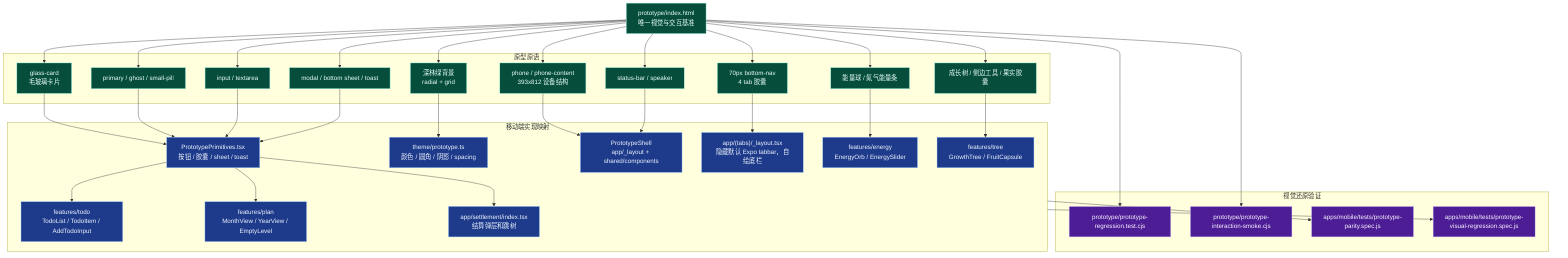
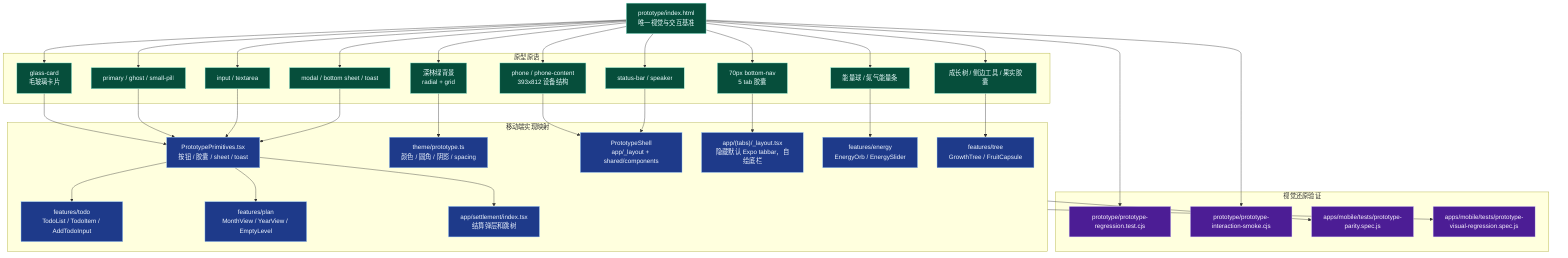
flowchart TB
  Prototype["prototype/index.html<br/>唯一视觉与交互基准"]

  subgraph PrototypePrimitives["原型原语"]
    Phone["phone / phone-content<br/>393x812 设备结构"]
    Bg["深林绿背景<br/>radial + grid"]
    Status["status-bar / speaker"]
-     Nav["70px bottom-nav<br/>4 tab 胶囊"]
+     Nav["70px bottom-nav<br/>5 tab 胶囊"]
    Glass["glass-card<br/>毛玻璃卡片"]
    Buttons["primary / ghost / small-pill"]
    Inputs["input / textarea"]
    Modal["modal / bottom sheet / toast"]
    EnergyVisual["能量球 / 氮气能量条"]
    TreeTools["成长树 / 侧边工具 / 果实胶囊"]
  end

  subgraph MobileCode["移动端实现映射"]
    Shell["PrototypeShell<br/>app/_layout + shared/components"]
    Theme["theme/prototype.ts<br/>颜色 / 圆角 / 阴影 / spacing"]
    Primitives["PrototypePrimitives.tsx<br/>按钮 / 胶囊 / sheet / toast"]
    Tabs["app/(tabs)/_layout.tsx<br/>隐藏默认 Expo tabbar，自绘底栏"]
    Energy["features/energy<br/>EnergyOrb / EnergySlider"]
    Todo["features/todo<br/>TodoList / TodoItem / AddTodoInput"]
    Plan["features/plan<br/>MonthView / YearView / EmptyLevel"]
    Tree["features/tree<br/>GrowthTree / FruitCapsule"]
    Settlement["app/settlement/index.tsx<br/>结算弹层和跳树"]
  end

  subgraph Verification["视觉还原验证"]
    ProtoSmoke["prototype/prototype-regression.test.cjs"]
    ProtoInteraction["prototype/prototype-interaction-smoke.cjs"]
    MobileParity["apps/mobile/tests/prototype-parity.spec.js"]
    VisualRegression["apps/mobile/tests/prototype-visual-regression.spec.js"]
  end

  Prototype --> Phone
  Prototype --> Bg
  Prototype --> Status
  Prototype --> Nav
  Prototype --> Glass
  Prototype --> Buttons
  Prototype --> Inputs
  Prototype --> Modal
  Prototype --> EnergyVisual
  Prototype --> TreeTools

  Phone --> Shell
  Bg --> Theme
  Status --> Shell
  Nav --> Tabs
  Glass --> Primitives
  Buttons --> Primitives
  Inputs --> Primitives
  Modal --> Primitives
  EnergyVisual --> Energy
  TreeTools --> Tree
  Primitives --> Todo
  Primitives --> Plan
  Primitives --> Settlement

  Prototype --> ProtoSmoke
  Prototype --> ProtoInteraction
  MobileCode --> MobileParity
  MobileCode --> VisualRegression

  classDef proto fill:#064e3b,stroke:#99f6e4,color:#ecfeff
  classDef code fill:#1e3a8a,stroke:#93c5fd,color:#eff6ff
  classDef test fill:#4c1d95,stroke:#ddd6fe,color:#faf5ff

  class Prototype,Phone,Bg,Status,Nav,Glass,Buttons,Inputs,Modal,EnergyVisual,TreeTools proto
  class Shell,Theme,Primitives,Tabs,Energy,Todo,Plan,Tree,Settlement code
  class ProtoSmoke,ProtoInteraction,MobileParity,VisualRegression test
